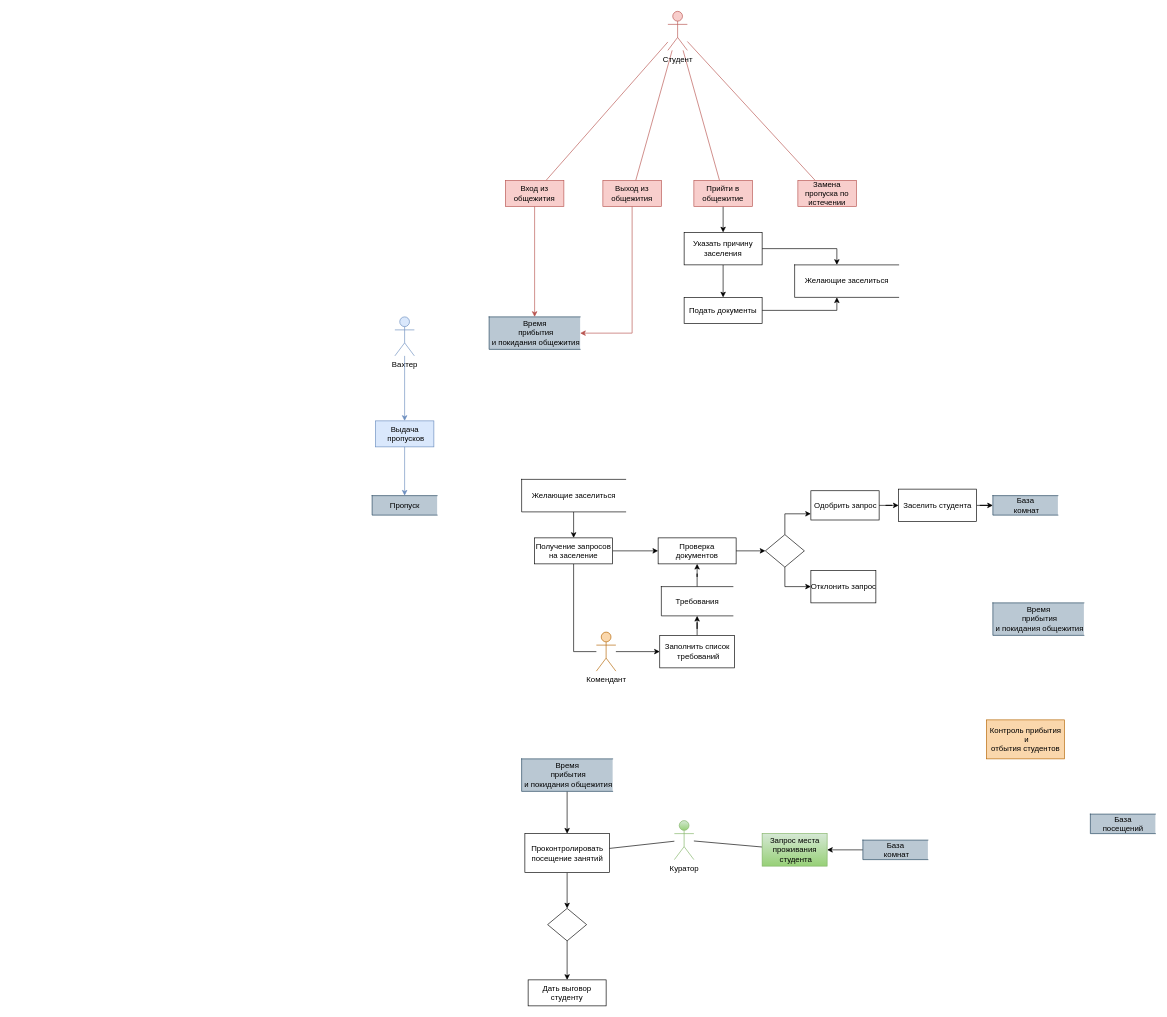
The draw.io diagram DFD (2).drawio in jsfrau/Zamay, before the edit. Source tidied: cells renumbered, new cells numbered last; positions are measured from the earlier drawing's top-left corner, leaving out a move shared by most shapes. Both pictures are drawn from the tidied source at 65%, with x=0, y=0 at pixel (372, 11).
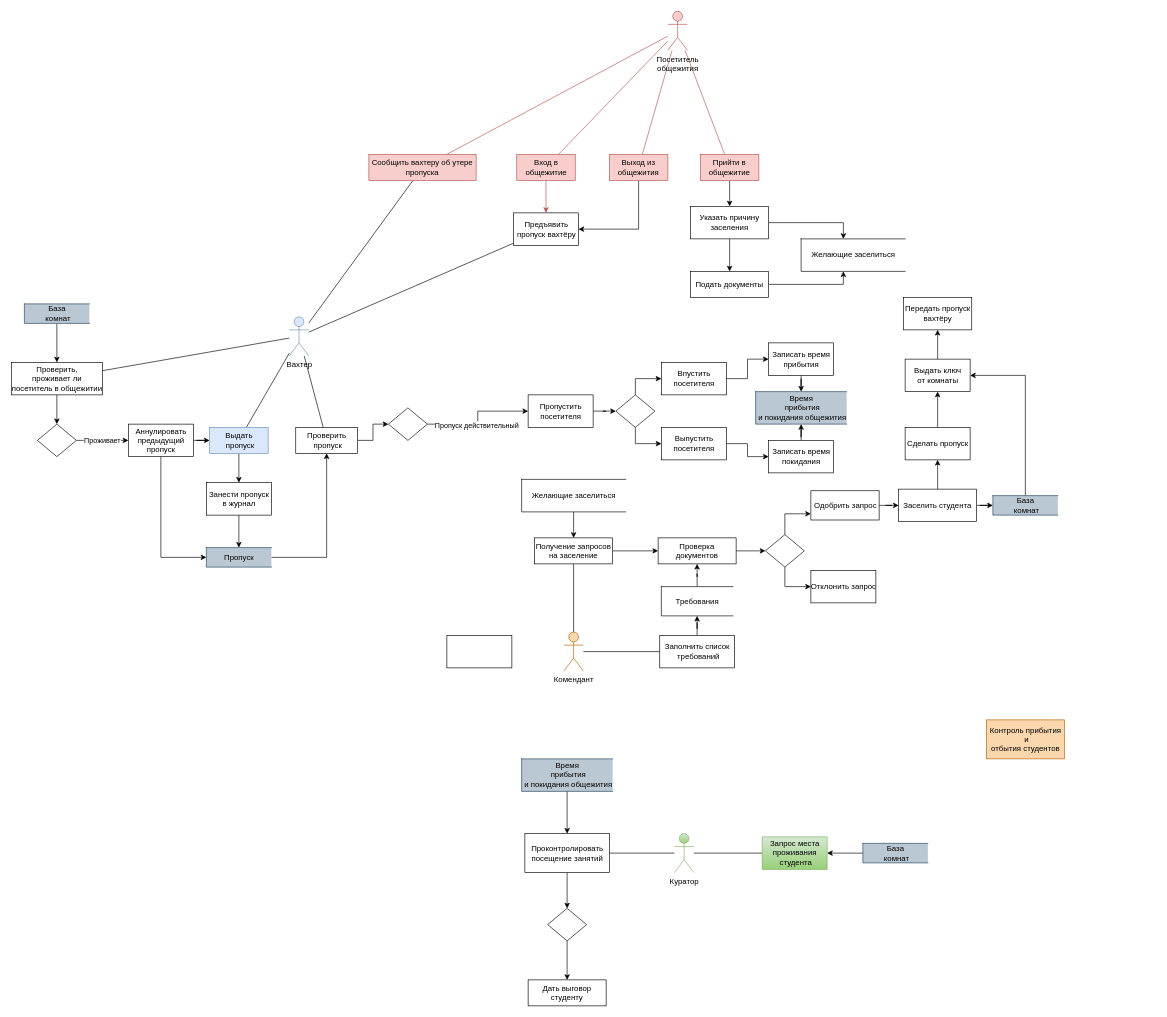
The same page after the edit.

The change refers to these unchanged cells:
```xml
<mxCell id="47" value="Получение запросов на заселение" style="rounded=0;whiteSpace=wrap;html=1;" parent="1" vertex="1">
  <mxGeometry x="250" y="810" width="120" height="40" as="geometry" />
</mxCell>
<mxCell id="59" value="Заполнить список&lt;br&gt;&amp;nbsp;требований" style="html=1;dashed=0;whitespace=wrap;" parent="1" vertex="1">
  <mxGeometry x="442.5" y="960" width="115" height="50" as="geometry" />
</mxCell>
<mxCell id="61" value="Заселить студента" style="rounded=0;whiteSpace=wrap;html=1;" parent="1" vertex="1">
  <mxGeometry x="810" y="735" width="120" height="50" as="geometry" />
</mxCell>
<mxCell id="62" value="База&lt;br&gt;&amp;nbsp;комнат" style="html=1;dashed=0;whitespace=wrap;shape=partialRectangle;right=0;fillColor=#bac8d3;strokeColor=#23445d;" parent="1" vertex="1">
  <mxGeometry x="955" y="745" width="100" height="30" as="geometry" />
</mxCell>
```

Change to the diagram source:
```diff
@@
-    <mxCell id="6" value="Студент&lt;br&gt;" style="shape=umlActor;verticalLabelPosition=bottom;verticalAlign=top;html=1;outlineConnect=0;fillColor=#f8cecc;strokeColor=#b85450;" parent="1" vertex="1">
+    <mxCell id="6" value="Посетитель&lt;br&gt;общежития" style="shape=umlActor;verticalLabelPosition=bottom;verticalAlign=top;html=1;outlineConnect=0;fillColor=#f8cecc;strokeColor=#b85450;" parent="1" vertex="1">
       <mxGeometry x="455" width="30" height="60" as="geometry" />
     </mxCell>
-    <mxCell id="7" style="edgeStyle=orthogonalEdgeStyle;rounded=0;jettySize=auto;html=1;endArrow=classic;endFill=1;fillColor=#f8cecc;strokeColor=#b85450;" parent="1" edge="1" source="8" target="37">
-      <mxGeometry relative="1" as="geometry">
-        <Array as="points">
-          <mxPoint x="400" y="495" />
-        </Array>
-      </mxGeometry>
-    </mxCell>
+    <mxCell id="66" style="edgeStyle=orthogonalEdgeStyle;rounded=0;jettySize=auto;html=1;endArrow=classic;endFill=1;" parent="1" edge="1" source="8" target="77">
+      <mxGeometry relative="1" as="geometry">
+        <Array as="points">
+          <mxPoint x="410" y="335" />
+        </Array>
+      </mxGeometry>
+    </mxCell>
     <mxCell id="8" value="&lt;span&gt;Выход из общежития&lt;/span&gt;" style="rounded=0;whiteSpace=wrap;html=1;fillColor=#f8cecc;strokeColor=#b85450;" parent="1" vertex="1">
-      <mxGeometry x="355" y="260" width="90" height="40" as="geometry" />
+      <mxGeometry x="365" y="220" width="90" height="40" as="geometry" />
     </mxCell>
@@
     <mxCell id="10" value="&lt;span&gt;Прийти в общежитие&lt;/span&gt;" style="rounded=0;whiteSpace=wrap;html=1;fillColor=#f8cecc;strokeColor=#b85450;" parent="1" vertex="1">
-      <mxGeometry x="495" y="260" width="90" height="40" as="geometry" />
+      <mxGeometry x="505" y="220" width="90" height="40" as="geometry" />
     </mxCell>
+    <mxCell id="67" style="rounded=0;jettySize=auto;html=1;endArrow=none;endFill=0;" parent="1" edge="1" source="11" target="12">
+      <mxGeometry relative="1" as="geometry" />
+    </mxCell>
-    <mxCell id="11" value="&lt;span&gt;Замена пропуска по истечении&lt;/span&gt;" style="rounded=0;whiteSpace=wrap;html=1;fillColor=#f8cecc;strokeColor=#b85450;" parent="1" vertex="1">
-      <mxGeometry x="655" y="260" width="90" height="40" as="geometry" />
+    <mxCell id="11" value="&lt;span&gt;Сообщить вахтеру об утере пропуска&lt;/span&gt;" style="rounded=0;whiteSpace=wrap;html=1;fillColor=#f8cecc;strokeColor=#b85450;" parent="1" vertex="1">
+      <mxGeometry x="-5" y="220" width="165" height="40" as="geometry" />
     </mxCell>
+    <mxCell id="68" style="rounded=0;jettySize=auto;html=1;endArrow=none;endFill=0;" parent="1" edge="1" source="12" target="79">
+      <mxGeometry relative="1" as="geometry" />
+    </mxCell>
+    <mxCell id="69" style="rounded=0;jettySize=auto;html=1;endArrow=none;endFill=0;" parent="1" edge="1" source="12" target="15">
+      <mxGeometry relative="1" as="geometry" />
+    </mxCell>
+    <mxCell id="70" style="rounded=0;jettySize=auto;html=1;endArrow=none;endFill=0;" parent="1" edge="1" source="12" target="103">
+      <mxGeometry relative="1" as="geometry" />
+    </mxCell>
     <mxCell id="12" value="Вахтер" style="shape=umlActor;verticalLabelPosition=bottom;verticalAlign=top;html=1;outlineConnect=0;fillColor=#dae8fc;strokeColor=#6c8ebf;" parent="1" vertex="1">
-      <mxGeometry x="35" y="470" width="30" height="60" as="geometry" />
+      <mxGeometry x="-127.5" y="470" width="30" height="60" as="geometry" />
     </mxCell>
-    <mxCell id="13" value="Время&lt;br&gt;&amp;nbsp;прибытия&lt;br&gt;&amp;nbsp;и покидания общежития" style="html=1;dashed=0;whitespace=wrap;shape=partialRectangle;right=0;fillColor=#bac8d3;strokeColor=#23445d;" parent="1" vertex="1">
-      <mxGeometry x="955" y="910" width="140" height="50" as="geometry" />
-    </mxCell>
-    <mxCell id="14" style="edgeStyle=orthogonalEdgeStyle;rounded=0;jettySize=auto;html=1;startArrow=classic;startFill=1;endArrow=none;endFill=0;fillColor=#dae8fc;strokeColor=#6c8ebf;" parent="1" edge="1" source="15" target="12">
-      <mxGeometry relative="1" as="geometry" />
-    </mxCell>
+    <mxCell id="71" style="edgeStyle=orthogonalEdgeStyle;rounded=0;jettySize=auto;html=1;endArrow=classic;endFill=1;" parent="1" edge="1" source="15" target="81">
+      <mxGeometry relative="1" as="geometry" />
+    </mxCell>
-    <mxCell id="15" value="&lt;span&gt;Выдача&lt;br&gt;&amp;nbsp;пропусков&lt;/span&gt;" style="html=1;dashed=0;whitespace=wrap;fillColor=#dae8fc;strokeColor=#6c8ebf;" parent="1" vertex="1">
-      <mxGeometry x="5" y="630" width="90" height="40" as="geometry" />
+    <mxCell id="15" value="&lt;span&gt;Выдать&lt;br&gt;&amp;nbsp;пропуск&lt;/span&gt;" style="html=1;dashed=0;whitespace=wrap;fillColor=#dae8fc;strokeColor=#6c8ebf;" parent="1" vertex="1">
+      <mxGeometry x="-250" y="640" width="90" height="40" as="geometry" />
     </mxCell>
-    <mxCell id="16" style="edgeStyle=orthogonalEdgeStyle;rounded=0;jettySize=auto;html=1;entryX=0.5;entryY=1;entryDx=0;entryDy=0;startArrow=classic;startFill=1;endArrow=none;endFill=0;fillColor=#dae8fc;strokeColor=#6c8ebf;" parent="1" edge="1" source="17" target="15">
-      <mxGeometry relative="1" as="geometry" />
-    </mxCell>
+    <mxCell id="72" style="edgeStyle=orthogonalEdgeStyle;rounded=0;jettySize=auto;html=1;endArrow=classic;endFill=1;" parent="1" edge="1" source="17" target="79">
+      <mxGeometry relative="1" as="geometry" />
+    </mxCell>
     <mxCell id="17" value="Пропуск" style="html=1;dashed=0;whitespace=wrap;shape=partialRectangle;right=0;fillColor=#bac8d3;strokeColor=#23445d;" parent="1" vertex="1">
-      <mxGeometry y="745" width="100" height="30" as="geometry" />
+      <mxGeometry x="-255" y="825" width="100" height="30" as="geometry" />
     </mxCell>
-    <mxCell id="18" style="edgeStyle=orthogonalEdgeStyle;rounded=0;jettySize=auto;html=1;endArrow=none;endFill=0;" parent="1" edge="1" source="20" target="47">
-      <mxGeometry relative="1" as="geometry">
-        <Array as="points">
-          <mxPoint x="310" y="985" />
-        </Array>
-      </mxGeometry>
+    <mxCell id="18" style="rounded=0;jettySize=auto;html=1;endArrow=none;endFill=0;" parent="1" edge="1" source="20" target="47">
+      <mxGeometry relative="1" as="geometry" />
     </mxCell>
-    <mxCell id="19" style="edgeStyle=orthogonalEdgeStyle;rounded=0;jettySize=auto;html=1;endArrow=classic;endFill=1;" parent="1" edge="1" source="20" target="59">
+    <mxCell id="19" style="rounded=0;jettySize=auto;html=1;endArrow=none;endFill=0;" parent="1" edge="1" source="20" target="59">
       <mxGeometry relative="1" as="geometry" />
     </mxCell>
     <mxCell id="20" value="Комендант" style="shape=umlActor;verticalLabelPosition=bottom;verticalAlign=top;html=1;outlineConnect=0;fillColor=#fad7ac;strokeColor=#b46504;" parent="1" vertex="1">
-      <mxGeometry x="345" y="955" width="30" height="60" as="geometry" />
+      <mxGeometry x="295" y="955" width="30" height="60" as="geometry" />
     </mxCell>
@@
     <mxCell id="23" value="База&lt;br&gt;&amp;nbsp;комнат" style="html=1;dashed=0;whitespace=wrap;shape=partialRectangle;right=0;fillColor=#bac8d3;strokeColor=#23445d;" parent="1" vertex="1">
-      <mxGeometry x="755" y="1275" width="100" height="30" as="geometry" />
+      <mxGeometry x="755" y="1280" width="100" height="30" as="geometry" />
     </mxCell>
@@
     <mxCell id="27" value="Куратор" style="shape=umlActor;verticalLabelPosition=bottom;verticalAlign=top;html=1;outlineConnect=0;labelBackgroundColor=none;fillColor=#d5e8d4;gradientColor=#97d077;strokeColor=#82b366;" parent="1" vertex="1">
-      <mxGeometry x="465" y="1245" width="30" height="60" as="geometry" />
+      <mxGeometry x="465" y="1265" width="30" height="60" as="geometry" />
     </mxCell>
@@
     <mxCell id="29" value="&lt;span&gt;Запрос места&lt;/span&gt;&lt;br&gt;&lt;span&gt;проживания&lt;br&gt;&amp;nbsp;студента&lt;/span&gt;" style="html=1;dashed=0;whitespace=wrap;fillColor=#d5e8d4;gradientColor=#97d077;strokeColor=#82b366;" parent="1" vertex="1">
-      <mxGeometry x="600" y="1265" width="100" height="50" as="geometry" />
+      <mxGeometry x="600" y="1270" width="100" height="50" as="geometry" />
     </mxCell>
-    <mxCell id="30" value="База&lt;br&gt;посещений" style="html=1;dashed=0;whitespace=wrap;shape=partialRectangle;right=0;fillColor=#bac8d3;strokeColor=#23445d;" parent="1" vertex="1">
-      <mxGeometry x="1105" y="1235" width="100" height="30" as="geometry" />
-    </mxCell>
@@
-    <mxCell id="33" style="rounded=0;jettySize=auto;html=1;endArrow=classic;endFill=1;fillColor=#f8cecc;strokeColor=#b85450;edgeStyle=orthogonalEdgeStyle;" parent="1" edge="1" source="34" target="37">
+    <mxCell id="33" style="rounded=0;jettySize=auto;html=1;endArrow=classic;endFill=1;fillColor=#f8cecc;strokeColor=#b85450;edgeStyle=orthogonalEdgeStyle;" parent="1" edge="1" source="34" target="77">
       <mxGeometry relative="1" as="geometry" />
     </mxCell>
-    <mxCell id="34" value="&lt;span&gt;Вход из общежития&lt;/span&gt;" style="rounded=0;whiteSpace=wrap;html=1;fillColor=#f8cecc;strokeColor=#b85450;" parent="1" vertex="1">
-      <mxGeometry x="205" y="260" width="90" height="40" as="geometry" />
+    <mxCell id="34" value="&lt;span&gt;Вход в общежитие&lt;/span&gt;" style="rounded=0;whiteSpace=wrap;html=1;fillColor=#f8cecc;strokeColor=#b85450;" parent="1" vertex="1">
+      <mxGeometry x="222.5" y="220" width="90" height="40" as="geometry" />
     </mxCell>
@@
-    <mxCell id="37" value="Время&lt;br&gt;&amp;nbsp;прибытия&lt;br&gt;&amp;nbsp;и покидания общежития" style="html=1;dashed=0;whitespace=wrap;shape=partialRectangle;right=0;fillColor=#bac8d3;strokeColor=#23445d;" parent="1" vertex="1">
-      <mxGeometry x="180" y="470" width="140" height="50" as="geometry" />
-    </mxCell>
     <mxCell id="38" style="edgeStyle=orthogonalEdgeStyle;rounded=0;jettySize=auto;html=1;endArrow=classic;endFill=1;" parent="1" edge="1" source="39" target="43">
       <mxGeometry relative="1" as="geometry">
         <Array as="points">
-          <mxPoint x="715" y="460" />
+          <mxPoint x="725" y="420" />
         </Array>
       </mxGeometry>
     </mxCell>
     <mxCell id="39" value="Подать документы" style="rounded=0;whiteSpace=wrap;html=1;" parent="1" vertex="1">
-      <mxGeometry x="480" y="440" width="120" height="40" as="geometry" />
+      <mxGeometry x="490" y="400" width="120" height="40" as="geometry" />
     </mxCell>
@@
     <mxCell id="41" style="edgeStyle=orthogonalEdgeStyle;rounded=0;jettySize=auto;html=1;endArrow=classic;endFill=1;" parent="1" edge="1" source="42" target="43">
       <mxGeometry relative="1" as="geometry">
         <Array as="points">
-          <mxPoint x="715" y="365" />
+          <mxPoint x="725" y="325" />
         </Array>
       </mxGeometry>
     </mxCell>
     <mxCell id="42" value="Указать причину заселения" style="rounded=0;whiteSpace=wrap;html=1;" parent="1" vertex="1">
-      <mxGeometry x="480" y="340" width="120" height="50" as="geometry" />
+      <mxGeometry x="490" y="300" width="120" height="50" as="geometry" />
     </mxCell>
     <mxCell id="43" value="Желающие заселиться" style="html=1;dashed=0;whitespace=wrap;shape=partialRectangle;right=0;" parent="1" vertex="1">
-      <mxGeometry x="650" y="390" width="160" height="50" as="geometry" />
+      <mxGeometry x="660" y="350" width="160" height="50" as="geometry" />
     </mxCell>
@@
+    <mxCell id="73" style="edgeStyle=orthogonalEdgeStyle;rounded=0;jettySize=auto;html=1;endArrow=classic;endFill=1;" parent="1" edge="1" source="61" target="101">
+      <mxGeometry relative="1" as="geometry" />
+    </mxCell>
@@
+    <mxCell id="74" style="edgeStyle=orthogonalEdgeStyle;rounded=0;jettySize=auto;html=1;endArrow=classic;endFill=1;" parent="1" edge="1" source="62" target="112">
+      <mxGeometry relative="1" as="geometry">
+        <Array as="points">
+          <mxPoint x="1005" y="560" />
+        </Array>
+      </mxGeometry>
+    </mxCell>
@@
+    <mxCell id="75" value="Передать пропуск&lt;br&gt;вахтёру" style="html=1;dashed=0;whitespace=wrap;" parent="1" vertex="1">
+      <mxGeometry x="817.5" y="440" width="105" height="50" as="geometry" />
+    </mxCell>
+    <mxCell id="76" style="rounded=0;jettySize=auto;html=1;endArrow=none;endFill=0;" parent="1" edge="1" source="77" target="12">
+      <mxGeometry relative="1" as="geometry" />
+    </mxCell>
+    <mxCell id="77" value="Предъявить&lt;br&gt;пропуск вахтёру" style="html=1;dashed=0;whitespace=wrap;" parent="1" vertex="1">
+      <mxGeometry x="217.5" y="310" width="100" height="50" as="geometry" />
+    </mxCell>
+    <mxCell id="78" style="edgeStyle=orthogonalEdgeStyle;rounded=0;jettySize=auto;html=1;endArrow=classic;endFill=1;" parent="1" edge="1" source="79" target="84">
+      <mxGeometry relative="1" as="geometry" />
+    </mxCell>
+    <mxCell id="79" value="Проверить&lt;br&gt;&amp;nbsp;пропуск" style="html=1;dashed=0;whitespace=wrap;" parent="1" vertex="1">
+      <mxGeometry x="-117.5" y="640" width="95" height="40" as="geometry" />
+    </mxCell>
+    <mxCell id="80" style="edgeStyle=orthogonalEdgeStyle;rounded=0;jettySize=auto;html=1;endArrow=classic;endFill=1;" parent="1" edge="1" source="81" target="17">
+      <mxGeometry relative="1" as="geometry" />
+    </mxCell>
+    <mxCell id="81" value="Занести пропуск&lt;br&gt;в журнал" style="html=1;dashed=0;whitespace=wrap;" parent="1" vertex="1">
+      <mxGeometry x="-255" y="725" width="100" height="50" as="geometry" />
+    </mxCell>
+    <mxCell id="82" style="edgeStyle=orthogonalEdgeStyle;rounded=0;jettySize=auto;html=1;endArrow=classic;endFill=1;" parent="1" edge="1" source="84" target="86">
+      <mxGeometry relative="1" as="geometry" />
+    </mxCell>
+    <mxCell id="83" value="Пропуск действительный" style="edgeLabel;html=1;align=center;verticalAlign=middle;" parent="82" vertex="1">
+      <mxGeometry x="-0.14" y="-1" relative="1" as="geometry" />
+    </mxCell>
+    <mxCell id="84" style="shape=rhombus;html=1;dashed=0;whitespace=wrap;perimeter=rhombusPerimeter;" parent="1" vertex="1">
+      <mxGeometry x="25" y="610" width="60" height="50" as="geometry" />
+    </mxCell>
+    <mxCell id="85" style="edgeStyle=orthogonalEdgeStyle;rounded=0;jettySize=auto;html=1;endArrow=classic;endFill=1;" parent="1" edge="1" source="86" target="90">
+      <mxGeometry relative="1" as="geometry" />
+    </mxCell>
+    <mxCell id="86" value="Пропустить&lt;br&gt;посетителя" style="html=1;dashed=0;whitespace=wrap;" parent="1" vertex="1">
+      <mxGeometry x="240" y="590" width="100" height="50" as="geometry" />
+    </mxCell>
+    <mxCell id="87" value="&lt;span&gt;Время&lt;br&gt;&amp;nbsp;прибытия&lt;br&gt;&amp;nbsp;и покидания общежития&lt;/span&gt;" style="html=1;dashed=0;whitespace=wrap;shape=partialRectangle;right=0;fillColor=#bac8d3;strokeColor=#23445d;" parent="1" vertex="1">
+      <mxGeometry x="590" y="585" width="140" height="50" as="geometry" />
+    </mxCell>
+    <mxCell id="88" style="edgeStyle=orthogonalEdgeStyle;rounded=0;jettySize=auto;html=1;endArrow=classic;endFill=1;" parent="1" edge="1" source="90" target="92">
+      <mxGeometry relative="1" as="geometry">
+        <Array as="points">
+          <mxPoint x="405" y="565" />
+        </Array>
+      </mxGeometry>
+    </mxCell>
+    <mxCell id="89" style="edgeStyle=orthogonalEdgeStyle;rounded=0;jettySize=auto;html=1;endArrow=classic;endFill=1;exitX=0.5;exitY=1;exitDx=0;exitDy=0;" parent="1" edge="1" source="90" target="94">
+      <mxGeometry relative="1" as="geometry">
+        <Array as="points">
+          <mxPoint x="405" y="665" />
+        </Array>
+      </mxGeometry>
+    </mxCell>
+    <mxCell id="90" style="shape=rhombus;html=1;dashed=0;whitespace=wrap;perimeter=rhombusPerimeter;" parent="1" vertex="1">
+      <mxGeometry x="375" y="590" width="60" height="50" as="geometry" />
+    </mxCell>
+    <mxCell id="91" style="edgeStyle=orthogonalEdgeStyle;rounded=0;jettySize=auto;html=1;endArrow=classic;endFill=1;" parent="1" edge="1" source="92" target="97">
+      <mxGeometry relative="1" as="geometry" />
+    </mxCell>
+    <mxCell id="92" value="Впустить&lt;br&gt;посетителя" style="html=1;dashed=0;whitespace=wrap;" parent="1" vertex="1">
+      <mxGeometry x="445" y="540" width="100" height="50" as="geometry" />
+    </mxCell>
+    <mxCell id="93" style="edgeStyle=orthogonalEdgeStyle;rounded=0;jettySize=auto;html=1;endArrow=classic;endFill=1;" parent="1" edge="1" source="94" target="99">
+      <mxGeometry relative="1" as="geometry" />
+    </mxCell>
+    <mxCell id="94" value="Выпустить&lt;br&gt;посетителя" style="html=1;dashed=0;whitespace=wrap;" parent="1" vertex="1">
+      <mxGeometry x="445" y="640" width="100" height="50" as="geometry" />
+    </mxCell>
+    <mxCell id="95" style="html=1;dashed=0;whitespace=wrap;" parent="1" vertex="1">
+      <mxGeometry x="115" y="960" width="100" height="50" as="geometry" />
+    </mxCell>
+    <mxCell id="96" style="edgeStyle=orthogonalEdgeStyle;rounded=0;jettySize=auto;html=1;endArrow=classic;endFill=1;" parent="1" edge="1" source="97" target="87">
+      <mxGeometry relative="1" as="geometry" />
+    </mxCell>
+    <mxCell id="97" value="Записать время&lt;br&gt;прибытия" style="html=1;dashed=0;whitespace=wrap;" parent="1" vertex="1">
+      <mxGeometry x="610" y="510" width="100" height="50" as="geometry" />
+    </mxCell>
+    <mxCell id="98" style="edgeStyle=orthogonalEdgeStyle;rounded=0;jettySize=auto;html=1;endArrow=classic;endFill=1;" parent="1" edge="1" source="99" target="87">
+      <mxGeometry relative="1" as="geometry" />
+    </mxCell>
+    <mxCell id="99" value="Записать время&lt;br&gt;покидания" style="html=1;dashed=0;whitespace=wrap;" parent="1" vertex="1">
+      <mxGeometry x="610" y="660" width="100" height="50" as="geometry" />
+    </mxCell>
+    <mxCell id="100" style="edgeStyle=orthogonalEdgeStyle;rounded=0;jettySize=auto;html=1;endArrow=classic;endFill=1;" parent="1" edge="1" source="101" target="112">
+      <mxGeometry relative="1" as="geometry" />
+    </mxCell>
+    <mxCell id="101" value="Сделать пропуск" style="html=1;dashed=0;whitespace=wrap;" parent="1" vertex="1">
+      <mxGeometry x="820" y="640" width="100" height="50" as="geometry" />
+    </mxCell>
+    <mxCell id="102" style="edgeStyle=orthogonalEdgeStyle;rounded=0;jettySize=auto;html=1;endArrow=classic;endFill=1;" parent="1" edge="1" source="103" target="105">
+      <mxGeometry relative="1" as="geometry" />
+    </mxCell>
+    <mxCell id="103" value="Проверить,&lt;br&gt;проживает ли&lt;br&gt;посетитель в общежитии" style="html=1;dashed=0;whitespace=wrap;" parent="1" vertex="1">
+      <mxGeometry x="-555" y="540" width="140" height="50" as="geometry" />
+    </mxCell>
+    <mxCell id="104" value="Проживает" style="edgeStyle=orthogonalEdgeStyle;rounded=0;jettySize=auto;html=1;endArrow=classic;endFill=1;" parent="1" edge="1" source="105" target="108">
+      <mxGeometry relative="1" as="geometry" />
+    </mxCell>
+    <mxCell id="105" style="shape=rhombus;html=1;dashed=0;whitespace=wrap;perimeter=rhombusPerimeter;" parent="1" vertex="1">
+      <mxGeometry x="-515" y="635" width="60" height="50" as="geometry" />
+    </mxCell>
+    <mxCell id="106" style="edgeStyle=orthogonalEdgeStyle;rounded=0;jettySize=auto;html=1;endArrow=classic;endFill=1;" parent="1" edge="1" source="108" target="15">
+      <mxGeometry relative="1" as="geometry" />
+    </mxCell>
+    <mxCell id="107" style="edgeStyle=orthogonalEdgeStyle;rounded=0;jettySize=auto;html=1;endArrow=classic;endFill=1;" parent="1" edge="1" source="108" target="17">
+      <mxGeometry relative="1" as="geometry">
+        <Array as="points">
+          <mxPoint x="-325" y="840" />
+        </Array>
+      </mxGeometry>
+    </mxCell>
+    <mxCell id="108" value="Аннулировать&lt;br&gt;предыдущий&lt;br&gt;пропуск" style="html=1;dashed=0;whitespace=wrap;" parent="1" vertex="1">
+      <mxGeometry x="-375" y="635" width="100" height="50" as="geometry" />
+    </mxCell>
+    <mxCell id="109" style="edgeStyle=orthogonalEdgeStyle;rounded=0;jettySize=auto;html=1;endArrow=classic;endFill=1;" parent="1" edge="1" source="110" target="103">
+      <mxGeometry relative="1" as="geometry" />
+    </mxCell>
+    <mxCell id="110" value="База&lt;br&gt;&amp;nbsp;комнат" style="html=1;dashed=0;whitespace=wrap;shape=partialRectangle;right=0;fillColor=#bac8d3;strokeColor=#23445d;" parent="1" vertex="1">
+      <mxGeometry x="-535" y="450" width="100" height="30" as="geometry" />
+    </mxCell>
+    <mxCell id="111" style="edgeStyle=orthogonalEdgeStyle;rounded=0;jettySize=auto;html=1;endArrow=classic;endFill=1;" parent="1" edge="1" source="112" target="75">
+      <mxGeometry relative="1" as="geometry" />
+    </mxCell>
+    <mxCell id="112" value="Выдать ключ&lt;br&gt;от комнаты" style="html=1;dashed=0;whitespace=wrap;" parent="1" vertex="1">
+      <mxGeometry x="820" y="535" width="100" height="50" as="geometry" />
+    </mxCell>
```
